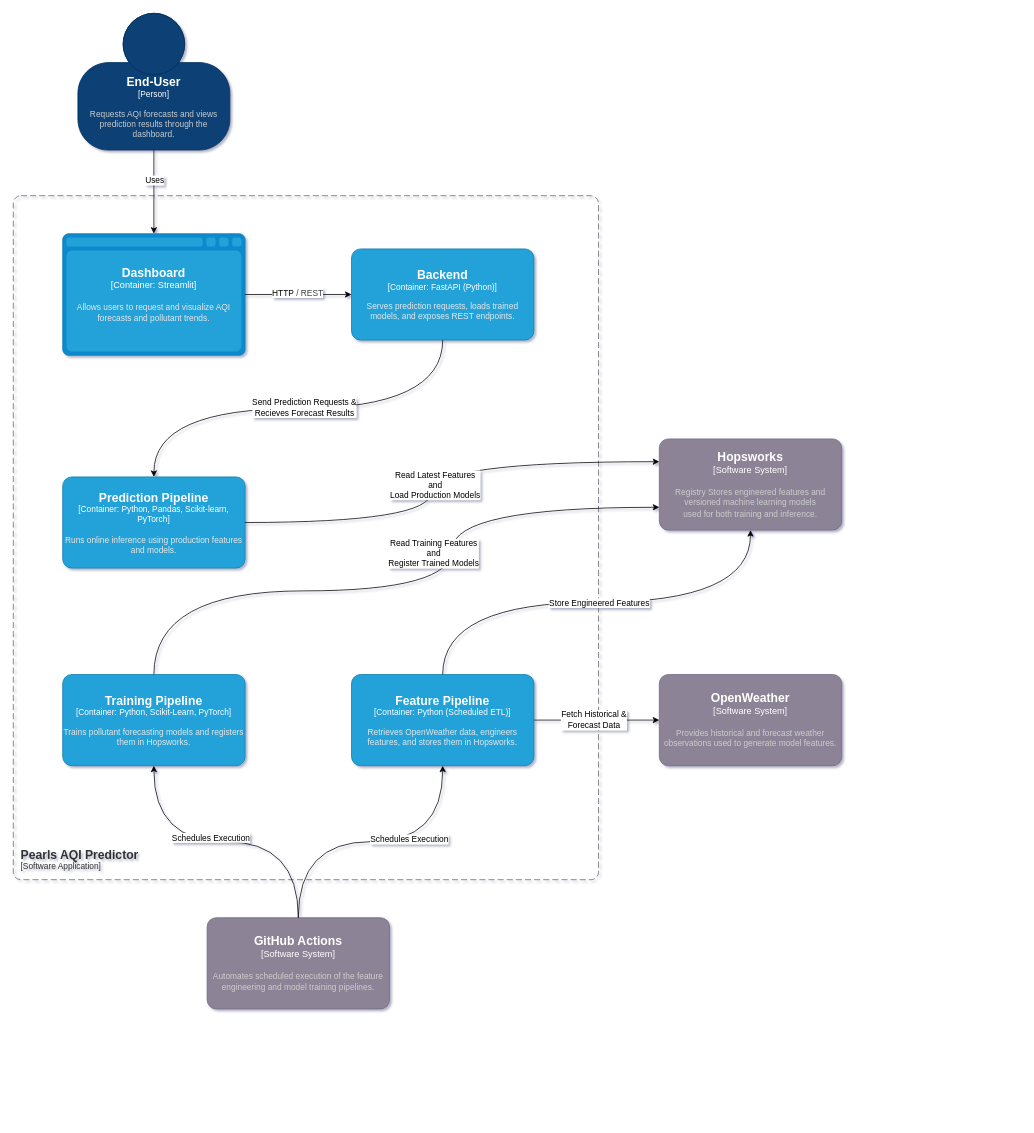
Above: docs/03_architecture/diagrams/container_diagram.drawio in Deadman621/pearls-aqi-predictor (draw.io), before the change. Source tidied: cells renumbered, new cells numbered last; positions are measured from the earlier drawing's top-left corner, leaving out a move shared by most shapes. Both pictures are drawn from the tidied source at 76%, with x=0, y=0 at pixel (13, 13).
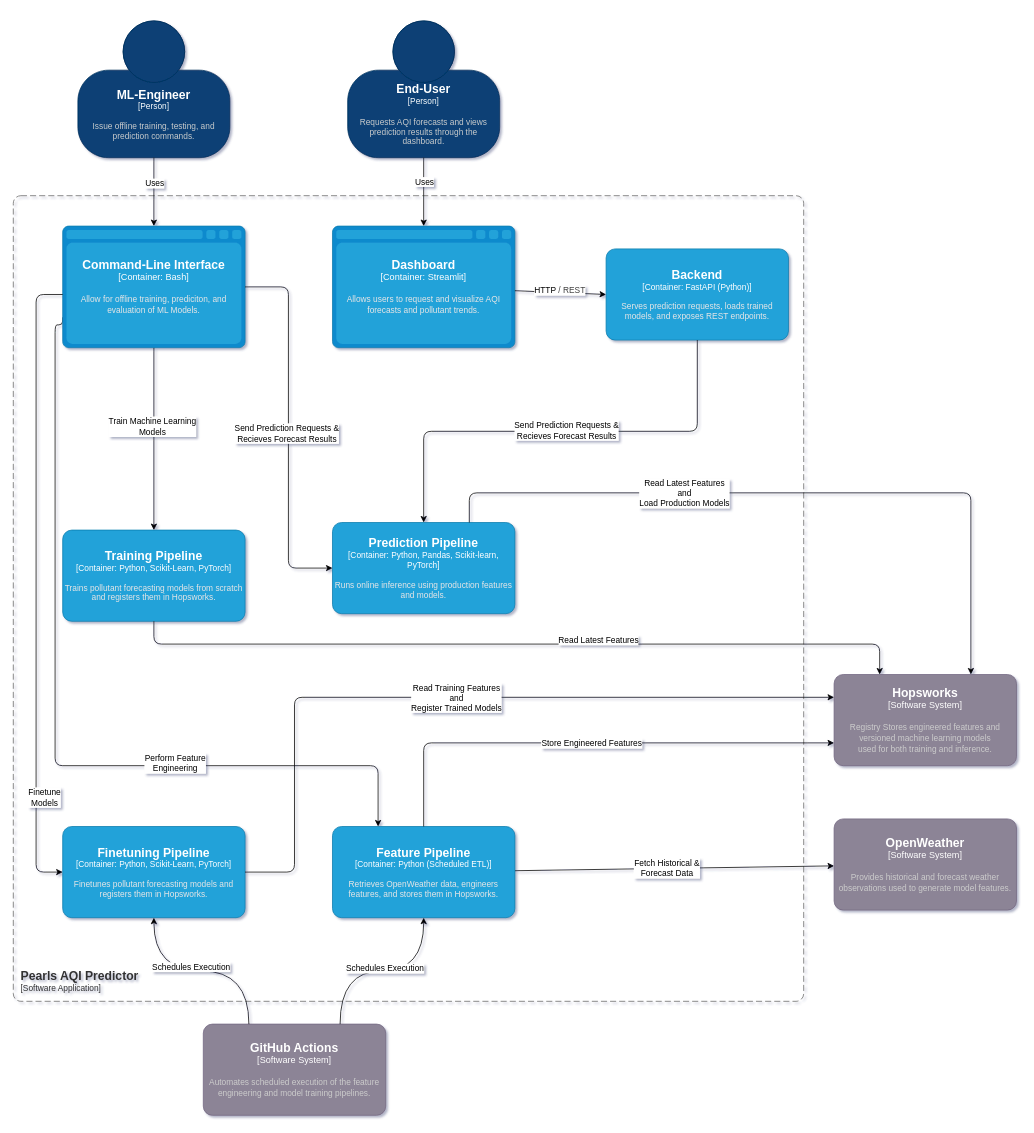
After the change.

Commit message (it also covers changes not shown here):
refactor(architecture): seperate training, fine tuning pipeline & add CLI layer

Change to the diagram source:
```diff
@@
     <object id="2" label="&lt;font style=&quot;font-size: 16px&quot;&gt;&lt;b&gt;&lt;div style=&quot;text-align: left&quot;&gt;%c4Name%&lt;/div&gt;&lt;/b&gt;&lt;/font&gt;&lt;div style=&quot;text-align: left&quot;&gt;[%c4Application%]&lt;/div&gt;" c4Application="Software Application" c4Name="Pearls AQI Predictor" placeholders="1">
       <mxCell style="rounded=1;fontSize=11;whiteSpace=wrap;html=1;dashed=1;arcSize=20;fillColor=none;strokeColor=#666666;fontColor=#333333;labelBackgroundColor=none;align=left;verticalAlign=bottom;labelBorderColor=none;spacingTop=0;spacing=10;dashPattern=8 4;perimeter=rectanglePerimeter;noLabel=0;labelPadding=0;absoluteArcSize=1;" parent="1" vertex="1">
-        <mxGeometry y="240" width="770" height="900" as="geometry" />
+        <mxGeometry y="240" width="1040" height="1060" as="geometry" />
       </mxCell>
     </object>
     <object id="3" label="&lt;font style=&quot;font-size: 16px&quot;&gt;&lt;b&gt;%c4Name%&lt;/b&gt;&lt;/font&gt;&lt;div&gt;[%c4Type%:&amp;nbsp;%c4Technology%]&lt;/div&gt;&lt;br&gt;&lt;div&gt;&lt;font style=&quot;font-size: 11px&quot;&gt;&lt;font color=&quot;#E6E6E6&quot;&gt;%c4Description%&lt;/font&gt;&lt;/div&gt;" c4Description="Allows users to request and visualize AQI forecasts and pollutant trends." c4Name="Dashboard" c4Technology="Streamlit" c4Type="Container" placeholders="1">
       <mxCell style="shape=mxgraph.c4.webBrowserContainer2;whiteSpace=wrap;html=1;boundedLbl=1;rounded=0;labelBackgroundColor=none;strokeColor=#118ACD;fillColor=#23A2D9;strokeColor=#118ACD;strokeColor2=#0E7DAD;fontSize=12;fontColor=#ffffff;align=center;points=[[0.5,0,0],[1,0.25,0],[1,0.5,0],[1,0.75,0],[0.5,1,0],[0,0.75,0],[0,0.5,0],[0,0.25,0]];rotation=0;" parent="1" vertex="1">
-        <mxGeometry x="65" y="290" width="240" height="160" as="geometry" />
+        <mxGeometry x="420" y="280" width="240" height="160" as="geometry" />
       </mxCell>
     </object>
     <object id="4" label="&lt;font style=&quot;font-size: 16px&quot;&gt;&lt;b&gt;%c4Name%&lt;/b&gt;&lt;/font&gt;&lt;div&gt;[%c4Type%: %c4Technology%]&lt;/div&gt;&lt;br&gt;&lt;div&gt;&lt;font style=&quot;font-size: 11px&quot;&gt;&lt;font color=&quot;#E6E6E6&quot;&gt;%c4Description%&lt;/font&gt;&lt;/div&gt;" c4Description="Serves prediction requests, loads trained models, and exposes REST endpoints." c4Name="Backend" c4Technology="FastAPI (Python)" c4Type="Container" placeholders="1">
       <mxCell style="rounded=1;whiteSpace=wrap;html=1;fontSize=11;labelBackgroundColor=none;fillColor=#23A2D9;fontColor=#ffffff;align=center;arcSize=10;strokeColor=#0E7DAD;points=[[0.25,0,0],[0.5,0,0],[0.75,0,0],[1,0.25,0],[1,0.5,0],[1,0.75,0],[0.75,1,0],[0.5,1,0],[0.25,1,0],[0,0.75,0],[0,0.5,0],[0,0.25,0]];" parent="1" vertex="1">
-        <mxGeometry x="445" y="310" width="240" height="120" as="geometry" />
+        <mxGeometry x="780" y="310" width="240" height="120" as="geometry" />
       </mxCell>
     </object>
@@
     <object id="9" label="&lt;font style=&quot;font-size: 16px&quot;&gt;&lt;b&gt;%c4Name%&lt;/b&gt;&lt;/font&gt;&lt;div&gt;[%c4Type%: %c4Technology%]&lt;/div&gt;&lt;br&gt;&lt;div&gt;&lt;font style=&quot;font-size: 11px&quot;&gt;&lt;font color=&quot;#E6E6E6&quot;&gt;%c4Description%&lt;/font&gt;&lt;/div&gt;" c4Description="Retrieves OpenWeather data, engineers features, and stores them in Hopsworks." c4Name="Feature Pipeline" c4Technology="Python (Scheduled ETL)" c4Type="Container" placeholders="1">
       <mxCell style="rounded=1;whiteSpace=wrap;html=1;fontSize=11;labelBackgroundColor=none;fillColor=#23A2D9;fontColor=#ffffff;align=center;arcSize=10;strokeColor=#0E7DAD;points=[[0.25,0,0],[0.5,0,0],[0.75,0,0],[1,0.25,0],[1,0.5,0],[1,0.75,0],[0.75,1,0],[0.5,1,0],[0.25,1,0],[0,0.75,0],[0,0.5,0],[0,0.25,0]];" parent="1" vertex="1">
-        <mxGeometry x="445" y="870" width="240" height="120" as="geometry" />
+        <mxGeometry x="420" y="1070" width="240" height="120" as="geometry" />
       </mxCell>
     </object>
-    <object id="10" label="&lt;font style=&quot;font-size: 16px&quot;&gt;&lt;b&gt;%c4Name%&lt;/b&gt;&lt;/font&gt;&lt;div&gt;[%c4Type%: %c4Technology%]&lt;/div&gt;&lt;br&gt;&lt;div&gt;&lt;font style=&quot;font-size: 11px&quot;&gt;&lt;font color=&quot;#E6E6E6&quot;&gt;%c4Description%&lt;/font&gt;&lt;/div&gt;" c4Description="Trains pollutant forecasting models and registers them in Hopsworks." c4Name="Training Pipeline" c4Technology="Python, Scikit-Learn, PyTorch" c4Type="Container" placeholders="1">
+    <object id="10" label="&lt;font style=&quot;font-size: 16px&quot;&gt;&lt;b&gt;%c4Name%&lt;/b&gt;&lt;/font&gt;&lt;div&gt;[%c4Type%: %c4Technology%]&lt;/div&gt;&lt;br&gt;&lt;div&gt;&lt;font style=&quot;font-size: 11px&quot;&gt;&lt;font color=&quot;#E6E6E6&quot;&gt;%c4Description%&lt;/font&gt;&lt;/div&gt;" c4Description="Finetunes pollutant forecasting models and registers them in Hopsworks." c4Name="Finetuning Pipeline" c4Technology="Python, Scikit-Learn, PyTorch" c4Type="Container" placeholders="1">
       <mxCell style="rounded=1;whiteSpace=wrap;html=1;fontSize=11;labelBackgroundColor=none;fillColor=#23A2D9;fontColor=#ffffff;align=center;arcSize=10;strokeColor=#0E7DAD;points=[[0.25,0,0],[0.5,0,0],[0.75,0,0],[1,0.25,0],[1,0.5,0],[1,0.75,0],[0.75,1,0],[0.5,1,0],[0.25,1,0],[0,0.75,0],[0,0.5,0],[0,0.25,0]];" parent="1" vertex="1">
-        <mxGeometry x="65" y="870" width="240" height="120" as="geometry" />
+        <mxGeometry x="65" y="1070" width="240" height="120" as="geometry" />
       </mxCell>
     </object>
     <object id="11" label="&lt;font style=&quot;font-size: 16px&quot;&gt;&lt;b&gt;%c4Name%&lt;/b&gt;&lt;/font&gt;&lt;div&gt;[%c4Type%]&lt;/div&gt;&lt;br&gt;&lt;div&gt;&lt;font style=&quot;font-size: 11px&quot;&gt;&lt;font color=&quot;#cccccc&quot;&gt;%c4Description%&lt;/font&gt;&lt;/div&gt;" c4Description="Provides historical and forecast weather observations used to generate model features." c4Name="OpenWeather" c4Type="Software System" placeholders="1">
       <mxCell style="rounded=1;whiteSpace=wrap;html=1;labelBackgroundColor=none;fillColor=#8C8496;fontColor=#ffffff;align=center;arcSize=10;strokeColor=#736782;points=[[0.25,0,0],[0.5,0,0],[0.75,0,0],[1,0.25,0],[1,0.5,0],[1,0.75,0],[0.75,1,0],[0.5,1,0],[0.25,1,0],[0,0.75,0],[0,0.5,0],[0,0.25,0]];" parent="1" vertex="1">
-        <mxGeometry x="850" y="870" width="240" height="120" as="geometry" />
+        <mxGeometry x="1080" y="1060" width="240" height="120" as="geometry" />
       </mxCell>
     </object>
     <object id="12" label="&lt;font style=&quot;font-size: 16px&quot;&gt;&lt;b&gt;%c4Name%&lt;/b&gt;&lt;/font&gt;&lt;div&gt;[%c4Type%]&lt;/div&gt;&lt;br&gt;&lt;div&gt;&lt;font style=&quot;font-size: 11px&quot;&gt;&lt;font color=&quot;#cccccc&quot;&gt;%c4Description%&lt;/font&gt;&lt;/div&gt;" c4Description="Automates scheduled execution of the feature engineering and model training pipelines." c4Name="GitHub Actions" c4Type="Software System" placeholders="1">
       <mxCell style="rounded=1;whiteSpace=wrap;html=1;labelBackgroundColor=none;fillColor=#8C8496;fontColor=#ffffff;align=center;arcSize=10;strokeColor=#736782;points=[[0.25,0,0],[0.5,0,0],[0.75,0,0],[1,0.25,0],[1,0.5,0],[1,0.75,0],[0.75,1,0],[0.5,1,0],[0.25,1,0],[0,0.75,0],[0,0.5,0],[0,0.25,0]];" parent="1" vertex="1">
-        <mxGeometry x="255" y="1190" width="240" height="120" as="geometry" />
+        <mxGeometry x="250" y="1330" width="240" height="120" as="geometry" />
       </mxCell>
     </object>
     <object id="13" label="&lt;font style=&quot;font-size: 16px&quot;&gt;&lt;b&gt;%c4Name%&lt;/b&gt;&lt;/font&gt;&lt;div&gt;[%c4Type%]&lt;/div&gt;&lt;br&gt;&lt;div&gt;&lt;font style=&quot;font-size: 11px&quot;&gt;&lt;font color=&quot;#cccccc&quot;&gt;%c4Description%&lt;/font&gt;&lt;/div&gt;" c4Description="Registry Stores engineered features and versioned machine learning models &#10;used for both training and inference." c4Name="Hopsworks" c4Type="Software System" placeholders="1">
       <mxCell style="rounded=1;whiteSpace=wrap;html=1;labelBackgroundColor=none;fillColor=#8C8496;fontColor=#ffffff;align=center;arcSize=10;strokeColor=#736782;points=[[0.25,0,0],[0.5,0,0],[0.75,0,0],[1,0.25,0],[1,0.5,0],[1,0.75,0],[0.75,1,0],[0.5,1,0],[0.25,1,0],[0,0.75,0],[0,0.5,0],[0,0.25,0]];" parent="1" vertex="1">
-        <mxGeometry x="850" y="560" width="240" height="120" as="geometry" />
+        <mxGeometry x="1080" y="870" width="240" height="120" as="geometry" />
       </mxCell>
     </object>
     <object id="14" label="&lt;font style=&quot;font-size: 16px&quot;&gt;&lt;b&gt;%c4Name%&lt;/b&gt;&lt;/font&gt;&lt;div&gt;[%c4Type%]&lt;/div&gt;&lt;br&gt;&lt;div&gt;&lt;font style=&quot;font-size: 11px&quot;&gt;&lt;font color=&quot;#cccccc&quot;&gt;%c4Description%&lt;/font&gt;&lt;/div&gt;" c4Description="Requests AQI forecasts and views prediction results through the dashboard." c4Name="End-User" c4Type="Person" placeholders="1">
       <mxCell style="html=1;fontSize=11;dashed=0;whiteSpace=wrap;fillColor=#083F75;strokeColor=#06315C;fontColor=#ffffff;shape=mxgraph.c4.person2;align=center;points=[[0.5,0,0],[1,0.5,0],[1,0.75,0],[0.75,1,0],[0.5,1,0],[0.25,1,0],[0,0.75,0],[0,0.5,0]];" parent="1" vertex="1">
-        <mxGeometry x="85" width="200" height="180" as="geometry" />
+        <mxGeometry x="440" y="10" width="200" height="180" as="geometry" />
       </mxCell>
     </object>
@@
-    <mxCell id="18" style="edgeStyle=orthogonalEdgeStyle;html=1;entryX=0.5;entryY=1;entryDx=0;entryDy=0;entryPerimeter=0;curved=1;" parent="1" edge="1" source="12" target="9">
+    <mxCell id="18" style="edgeStyle=orthogonalEdgeStyle;html=1;entryX=0.5;entryY=1;entryDx=0;entryDy=0;entryPerimeter=0;curved=1;exitX=0.75;exitY=0;exitDx=0;exitDy=0;exitPerimeter=0;" parent="1" edge="1" source="12" target="9">
       <mxGeometry relative="1" as="geometry" />
     </mxCell>
     <mxCell id="19" value="Schedules Execution" style="edgeLabel;html=1;align=center;verticalAlign=middle;" parent="18" vertex="1">
       <mxGeometry x="0.26" y="4" relative="1" as="geometry">
-        <mxPoint x="-1" as="offset" />
+        <mxPoint x="-30" as="offset" />
       </mxGeometry>
     </mxCell>
-    <mxCell id="20" style="html=1;exitX=0.5;exitY=0;exitDx=0;exitDy=0;exitPerimeter=0;entryX=0.5;entryY=1;entryDx=0;entryDy=0;entryPerimeter=0;edgeStyle=orthogonalEdgeStyle;curved=1;" parent="1" edge="1" source="9" target="13">
+    <mxCell id="20" style="html=1;exitX=0.5;exitY=0;exitDx=0;exitDy=0;exitPerimeter=0;entryX=0;entryY=0.75;entryDx=0;entryDy=0;entryPerimeter=0;edgeStyle=orthogonalEdgeStyle;" parent="1" edge="1" source="9" target="13">
       <mxGeometry relative="1" as="geometry" />
     </mxCell>
@@
-    <mxCell id="22" style="edgeStyle=orthogonalEdgeStyle;html=1;entryX=0.5;entryY=1;entryDx=0;entryDy=0;entryPerimeter=0;curved=1;" parent="1" edge="1" source="12" target="10">
+    <mxCell id="22" style="edgeStyle=orthogonalEdgeStyle;html=1;entryX=0.5;entryY=1;entryDx=0;entryDy=0;entryPerimeter=0;curved=1;exitX=0.25;exitY=0;exitDx=0;exitDy=0;exitPerimeter=0;" parent="1" edge="1" source="12" target="10">
       <mxGeometry relative="1" as="geometry" />
     </mxCell>
@@
     <object id="24" label="&lt;font style=&quot;font-size: 16px&quot;&gt;&lt;b&gt;%c4Name%&lt;/b&gt;&lt;/font&gt;&lt;div&gt;[%c4Type%: %c4Technology%]&lt;/div&gt;&lt;br&gt;&lt;div&gt;&lt;font style=&quot;font-size: 11px&quot;&gt;&lt;font color=&quot;#E6E6E6&quot;&gt;%c4Description%&lt;/font&gt;&lt;/div&gt;" c4Description="Runs online inference using production features and models." c4Name="Prediction Pipeline" c4Technology="Python, Pandas, Scikit-learn, PyTorch" c4Type="Container" placeholders="1">
       <mxCell style="rounded=1;whiteSpace=wrap;html=1;fontSize=11;labelBackgroundColor=none;fillColor=#23A2D9;fontColor=#ffffff;align=center;arcSize=10;strokeColor=#0E7DAD;points=[[0.25,0,0],[0.5,0,0],[0.75,0,0],[1,0.25,0],[1,0.5,0],[1,0.75,0],[0.75,1,0],[0.5,1,0],[0.25,1,0],[0,0.75,0],[0,0.5,0],[0,0.25,0]];" parent="1" vertex="1">
-        <mxGeometry x="65" y="610" width="240" height="120" as="geometry" />
+        <mxGeometry x="420" y="670" width="240" height="120" as="geometry" />
       </mxCell>
     </object>
-    <mxCell id="25" style="edgeStyle=orthogonalEdgeStyle;html=1;entryX=0.5;entryY=0;entryDx=0;entryDy=0;entryPerimeter=0;curved=1;exitX=0.5;exitY=1;exitDx=0;exitDy=0;exitPerimeter=0;" parent="1" edge="1" source="4" target="24">
+    <mxCell id="25" style="edgeStyle=orthogonalEdgeStyle;html=1;entryX=0.5;entryY=0;entryDx=0;entryDy=0;entryPerimeter=0;exitX=0.5;exitY=1;exitDx=0;exitDy=0;exitPerimeter=0;" parent="1" edge="1" source="4" target="24">
       <mxGeometry relative="1" as="geometry" />
     </mxCell>
@@
-    <mxCell id="27" style="html=1;entryX=0;entryY=0.75;entryDx=0;entryDy=0;entryPerimeter=0;edgeStyle=orthogonalEdgeStyle;curved=1;" parent="1" edge="1" source="10" target="13">
+    <mxCell id="27" style="html=1;edgeStyle=orthogonalEdgeStyle;entryX=0;entryY=0.25;entryDx=0;entryDy=0;entryPerimeter=0;" parent="1" edge="1" source="10" target="13">
       <mxGeometry relative="1" as="geometry">
         <Array as="points">
-          <mxPoint x="185" y="760" />
-          <mxPoint x="578" y="760" />
-          <mxPoint x="578" y="650" />
+          <mxPoint x="370" y="1130" />
+          <mxPoint x="370" y="900" />
         </Array>
       </mxGeometry>
     </mxCell>
     <mxCell id="28" value="&lt;span style=&quot;color: rgb(0, 0, 0);&quot;&gt;Read Training Features&lt;/span&gt;&lt;br style=&quot;color: rgb(63, 63, 63); scrollbar-color: rgb(226, 226, 226) rgb(251, 251, 251);&quot;&gt;&lt;span style=&quot;color: rgb(0, 0, 0);&quot;&gt;and&lt;/span&gt;&lt;br style=&quot;color: rgb(63, 63, 63); scrollbar-color: rgb(226, 226, 226) rgb(251, 251, 251);&quot;&gt;&lt;span style=&quot;color: rgb(0, 0, 0);&quot;&gt;Register Trained Models&lt;/span&gt;" style="edgeLabel;html=1;align=center;verticalAlign=middle;" parent="27" vertex="1">
       <mxGeometry x="-0.1" y="30" relative="1" as="geometry">
-        <mxPoint x="79" y="-20" as="offset" />
+        <mxPoint x="55" y="30" as="offset" />
       </mxGeometry>
     </mxCell>
-    <mxCell id="29" style="html=1;entryX=0;entryY=0.25;entryDx=0;entryDy=0;entryPerimeter=0;edgeStyle=orthogonalEdgeStyle;curved=1;" parent="1" edge="1" source="24" target="13">
+    <mxCell id="29" style="html=1;entryX=0.75;entryY=0;entryDx=0;entryDy=0;entryPerimeter=0;edgeStyle=orthogonalEdgeStyle;exitX=0.75;exitY=0;exitDx=0;exitDy=0;exitPerimeter=0;" parent="1" edge="1" source="24" target="13">
       <mxGeometry relative="1" as="geometry">
         <Array as="points">
-          <mxPoint x="550" y="670" />
-          <mxPoint x="550" y="590" />
+          <mxPoint x="600" y="631" />
+          <mxPoint x="1260" y="631" />
         </Array>
       </mxGeometry>
     </mxCell>
     <mxCell id="30" value="&lt;span style=&quot;scrollbar-color: rgb(226, 226, 226) rgb(251, 251, 251); color: rgb(0, 0, 0);&quot;&gt;Read Latest Features&lt;/span&gt;&lt;br style=&quot;scrollbar-color: rgb(226, 226, 226) rgb(251, 251, 251); color: rgb(63, 63, 63);&quot;&gt;&lt;span style=&quot;scrollbar-color: rgb(226, 226, 226) rgb(251, 251, 251); color: rgb(0, 0, 0);&quot;&gt;and&lt;/span&gt;&lt;br style=&quot;scrollbar-color: rgb(226, 226, 226) rgb(251, 251, 251); color: rgb(63, 63, 63);&quot;&gt;&lt;span style=&quot;scrollbar-color: rgb(226, 226, 226) rgb(251, 251, 251); color: rgb(0, 0, 0);&quot;&gt;Load Production Models&lt;/span&gt;" style="edgeLabel;html=1;align=center;verticalAlign=middle;" parent="29" vertex="1">
       <mxGeometry x="-0.18" y="-4" relative="1" as="geometry">
-        <mxPoint y="-39" as="offset" />
+        <mxPoint x="-64" y="-4" as="offset" />
       </mxGeometry>
     </mxCell>
+    <object id="31" label="&lt;font style=&quot;font-size: 16px&quot;&gt;&lt;b&gt;%c4Name%&lt;/b&gt;&lt;/font&gt;&lt;div&gt;[%c4Type%]&lt;/div&gt;&lt;br&gt;&lt;div&gt;&lt;font style=&quot;font-size: 11px&quot;&gt;&lt;font color=&quot;#cccccc&quot;&gt;%c4Description%&lt;/font&gt;&lt;/div&gt;" c4Description="Issue offline training, testing, and prediction commands." c4Name="ML-Engineer" c4Type="Person" placeholders="1">
+      <mxCell style="html=1;fontSize=11;dashed=0;whiteSpace=wrap;fillColor=#083F75;strokeColor=#06315C;fontColor=#ffffff;shape=mxgraph.c4.person2;align=center;points=[[0.5,0,0],[1,0.5,0],[1,0.75,0],[0.75,1,0],[0.5,1,0],[0.25,1,0],[0,0.75,0],[0,0.5,0]];" parent="1" vertex="1">
+        <mxGeometry x="85" y="10" width="200" height="180" as="geometry" />
+      </mxCell>
+    </object>
+    <mxCell id="32" style="edgeStyle=none;html=1;exitX=0.5;exitY=1;exitDx=0;exitDy=0;exitPerimeter=0;entryX=0.5;entryY=0;entryDx=0;entryDy=0;entryPerimeter=0;" parent="1" edge="1" source="31" target="39">
+      <mxGeometry relative="1" as="geometry" />
+    </mxCell>
+    <mxCell id="33" value="Uses" style="edgeLabel;html=1;align=center;verticalAlign=middle;" parent="32" vertex="1">
+      <mxGeometry x="-0.27" y="-1" relative="1" as="geometry">
+        <mxPoint x="1" as="offset" />
+      </mxGeometry>
+    </mxCell>
+    <object id="34" label="&lt;font style=&quot;font-size: 16px&quot;&gt;&lt;b&gt;%c4Name%&lt;/b&gt;&lt;/font&gt;&lt;div&gt;[%c4Type%: %c4Technology%]&lt;/div&gt;&lt;br&gt;&lt;div&gt;&lt;font style=&quot;font-size: 11px&quot;&gt;&lt;font color=&quot;#E6E6E6&quot;&gt;%c4Description%&lt;/font&gt;&lt;/div&gt;" c4Description="Trains pollutant forecasting models from scratch and registers them in Hopsworks." c4Name="Training Pipeline" c4Technology="Python, Scikit-Learn, PyTorch" c4Type="Container" placeholders="1">
+      <mxCell style="rounded=1;whiteSpace=wrap;html=1;fontSize=11;labelBackgroundColor=none;fillColor=#23A2D9;fontColor=#ffffff;align=center;arcSize=10;strokeColor=#0E7DAD;points=[[0.25,0,0],[0.5,0,0],[0.75,0,0],[1,0.25,0],[1,0.5,0],[1,0.75,0],[0.75,1,0],[0.5,1,0],[0.25,1,0],[0,0.75,0],[0,0.5,0],[0,0.25,0]];" parent="1" vertex="1">
+        <mxGeometry x="65" y="680" width="240" height="120" as="geometry" />
+      </mxCell>
+    </object>
+    <mxCell id="35" style="edgeStyle=none;html=1;" parent="1" edge="1" source="39" target="34">
+      <mxGeometry relative="1" as="geometry" />
+    </mxCell>
+    <mxCell id="36" value="Train Machine Learning&lt;br&gt;Models" style="edgeLabel;html=1;align=center;verticalAlign=middle;" parent="35" vertex="1">
+      <mxGeometry x="-0.14" y="-3" relative="1" as="geometry" />
+    </mxCell>
+    <mxCell id="37" style="edgeStyle=orthogonalEdgeStyle;html=1;exitX=0;exitY=0.75;exitDx=0;exitDy=0;exitPerimeter=0;entryX=0.25;entryY=0;entryDx=0;entryDy=0;entryPerimeter=0;" parent="1" edge="1" source="39" target="9">
+      <mxGeometry relative="1" as="geometry">
+        <Array as="points">
+          <mxPoint x="65" y="410" />
+          <mxPoint x="55" y="410" />
+          <mxPoint x="55" y="990" />
+          <mxPoint x="480" y="990" />
+        </Array>
+      </mxGeometry>
+    </mxCell>
+    <mxCell id="38" value="Perform Feature&lt;br&gt;Engineering" style="edgeLabel;html=1;align=center;verticalAlign=middle;" parent="37" vertex="1">
+      <mxGeometry x="0.37" y="4" relative="1" as="geometry" />
+    </mxCell>
+    <object id="39" label="&lt;font style=&quot;font-size: 16px&quot;&gt;&lt;b&gt;%c4Name%&lt;/b&gt;&lt;/font&gt;&lt;div&gt;[%c4Type%:&amp;nbsp;%c4Technology%]&lt;/div&gt;&lt;br&gt;&lt;div&gt;&lt;font style=&quot;font-size: 11px&quot;&gt;&lt;font color=&quot;#E6E6E6&quot;&gt;%c4Description%&lt;/font&gt;&lt;/div&gt;" c4Description="Allow for offline training, prediciton, and evaluation of ML Models." c4Name="Command-Line Interface" c4Technology="Bash" c4Type="Container" placeholders="1">
+      <mxCell style="shape=mxgraph.c4.webBrowserContainer2;whiteSpace=wrap;html=1;boundedLbl=1;rounded=0;labelBackgroundColor=none;strokeColor=#118ACD;fillColor=#23A2D9;strokeColor=#118ACD;strokeColor2=#0E7DAD;fontSize=12;fontColor=#ffffff;align=center;points=[[0.5,0,0],[1,0.25,0],[1,0.5,0],[1,0.75,0],[0.5,1,0],[0,0.75,0],[0,0.5,0],[0,0.25,0]];rotation=0;" parent="1" vertex="1">
+        <mxGeometry x="65" y="280" width="240" height="160" as="geometry" />
+      </mxCell>
+    </object>
+    <mxCell id="40" style="edgeStyle=orthogonalEdgeStyle;html=1;entryX=0;entryY=0.5;entryDx=0;entryDy=0;entryPerimeter=0;" parent="1" edge="1" source="39" target="24">
+      <mxGeometry relative="1" as="geometry">
+        <Array as="points">
+          <mxPoint x="362" y="360" />
+          <mxPoint x="362" y="730" />
+        </Array>
+      </mxGeometry>
+    </mxCell>
+    <mxCell id="41" value="&lt;span style=&quot;color: rgb(0, 0, 0);&quot;&gt;Send Prediction Requests &amp;amp;&lt;/span&gt;&lt;br style=&quot;color: rgb(63, 63, 63); scrollbar-color: rgb(226, 226, 226) rgb(251, 251, 251);&quot;&gt;&lt;span style=&quot;color: rgb(0, 0, 0);&quot;&gt;Recieves Forecast Results&lt;/span&gt;" style="edgeLabel;html=1;align=center;verticalAlign=middle;" parent="40" vertex="1">
+      <mxGeometry x="-0.06" y="-3" relative="1" as="geometry">
+        <mxPoint y="21" as="offset" />
+      </mxGeometry>
+    </mxCell>
+    <mxCell id="42" style="edgeStyle=orthogonalEdgeStyle;html=1;entryX=0.25;entryY=0;entryDx=0;entryDy=0;entryPerimeter=0;" parent="1" edge="1" source="34" target="13">
+      <mxGeometry relative="1" as="geometry">
+        <Array as="points">
+          <mxPoint x="185" y="830" />
+          <mxPoint x="1140" y="830" />
+        </Array>
+      </mxGeometry>
+    </mxCell>
+    <mxCell id="43" value="&lt;span style=&quot;scrollbar-color: rgb(226, 226, 226) rgb(251, 251, 251); color: rgb(0, 0, 0);&quot;&gt;Read Latest Features&lt;/span&gt;" style="edgeLabel;html=1;align=center;verticalAlign=middle;" parent="1" vertex="1">
+      <mxGeometry x="780" y="830" as="geometry">
+        <mxPoint x="-11" y="-6" as="offset" />
+      </mxGeometry>
+    </mxCell>
+    <mxCell id="44" style="edgeStyle=orthogonalEdgeStyle;html=1;entryX=0;entryY=0.5;entryDx=0;entryDy=0;entryPerimeter=0;" parent="1" edge="1" source="39" target="10">
+      <mxGeometry relative="1" as="geometry">
+        <Array as="points">
+          <mxPoint x="30" y="370" />
+          <mxPoint x="30" y="1130" />
+        </Array>
+      </mxGeometry>
+    </mxCell>
+    <mxCell id="45" value="Finetune&lt;br&gt;Models" style="edgeLabel;html=1;align=center;verticalAlign=middle;" parent="44" vertex="1">
+      <mxGeometry x="0.64" y="5" relative="1" as="geometry">
+        <mxPoint x="5" y="15" as="offset" />
+      </mxGeometry>
+    </mxCell>
```
